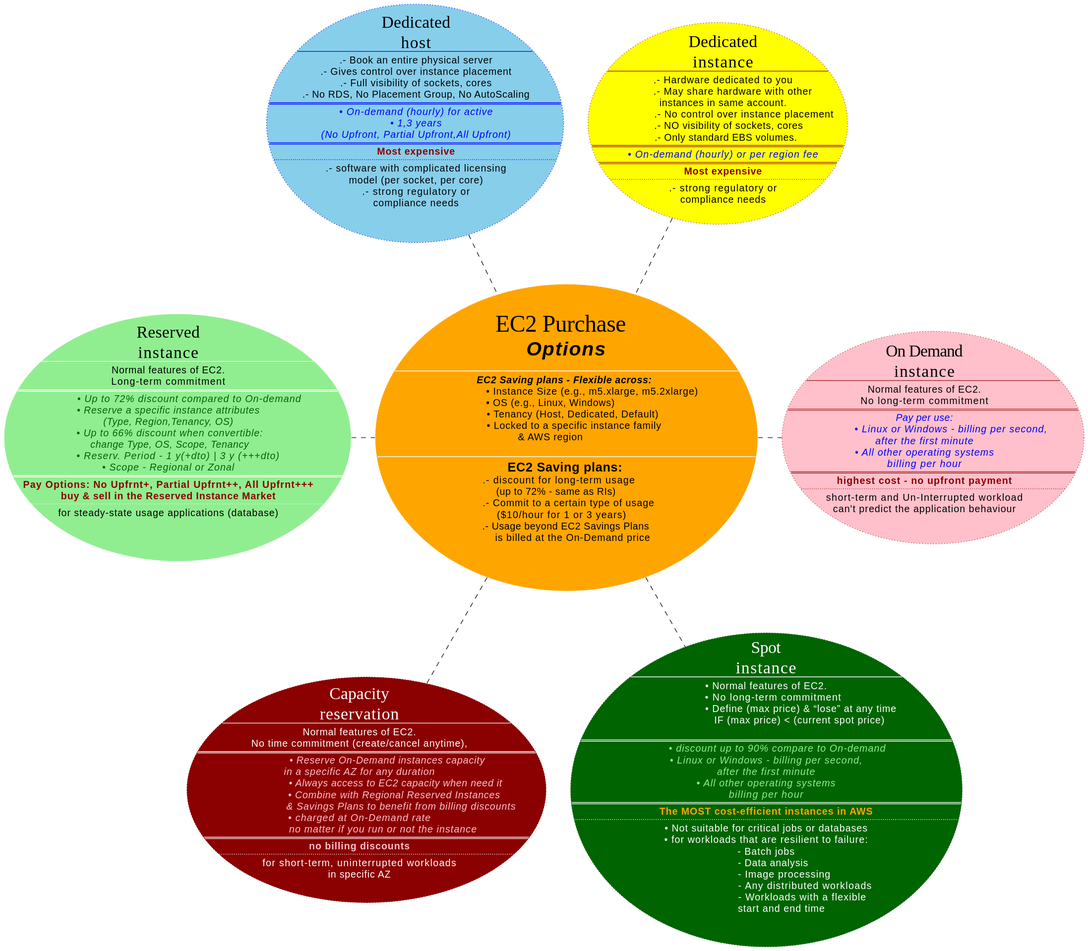
Earlier version of the PlantUML export assets/uml/003-ec2/ec2-purchase-options.svg (avall/AWS-SAA-C03).
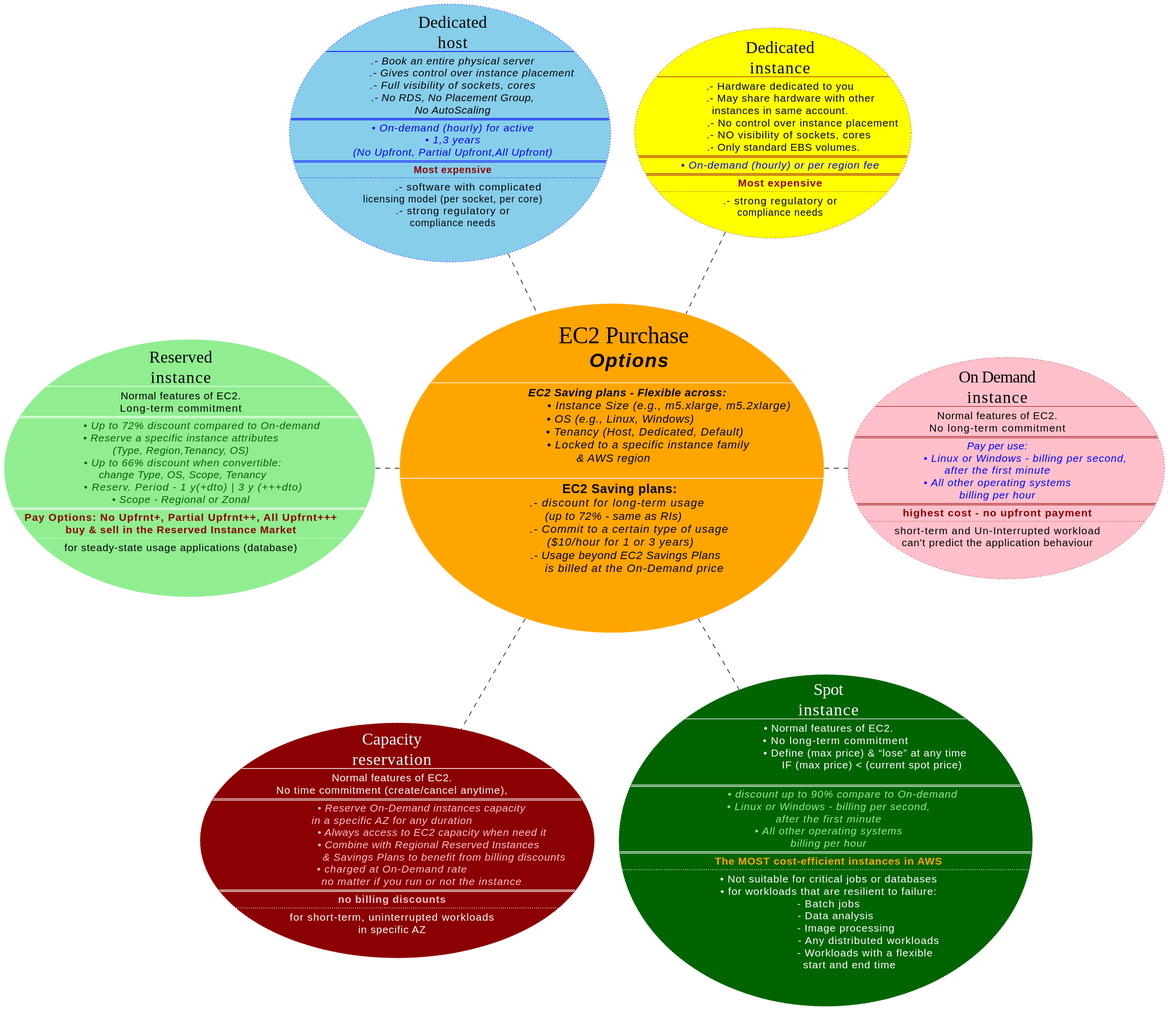
Later version of the same file.

Commit message:
- EC2 purchase options

The edit, as a diff of the source:
```diff
@@ -4,21 +4,21 @@
   <i><size:28><b>     Options</b></size></i>
 
   ----
-  <b><i><size:14>        EC2 Saving plans - Flexible across:
-                                • Instance Size (e.g., m5.xlarge, m5.2xlarge)
-  • OS (e.g., Linux, Windows)
-                  • Tenancy (Host, Dedicated, Default)
-                   • Locked to a specific instance family
-& AWS region
+  <b><i><size:16>        EC2 Saving plans - Flexible across:
+<i><size:16>                                • Instance Size (e.g., m5.xlarge, m5.2xlarge)
+<i><size:16>    • OS (e.g., Linux, Windows)
+<i><size:16>                  • Tenancy (Host, Dedicated, Default)
+<i><size:16>                    • Locked to a specific instance family
+<i><size:16>& AWS region
 
   ----
-  <b><size:18>       EC2 Saving plans:
-        .- discount for long-term usage
-      (up to 72% - same as RIs)
-               .- Commit to a certain type of usage
-          ($10/hour for 1 or 3 years)
-             .- Usage beyond EC2 Savings Plans
-                  is billed at the On-Demand price
+<b><size:18>   EC2 Saving plans:
+<i><size:16>  .- discount for long-term usage
+<i><size:16>(up to 72% - same as RIs)
+<i><size:16>         .- Commit to a certain type of usage
+<i><size:16>    ($10/hour for 1 or 3 years)
+<i><size:16>       .- Usage beyond EC2 Savings Plans
+<i><size:16>            is billed at the On-Demand price
 \n
 ]
 
@@ -26,20 +26,21 @@
  <font:impact><size:24>Dedicated</size></font>
  <font:impact><size:24>host</size></font>
 ----
-.- Book an entire physical server
-.- Gives control over instance placement
-.- Full visibility of sockets, cores
-.- No RDS, No Placement Group, No AutoScaling
+<i><size:15>.- Book an entire physical server
+<i><size:15>           .- Gives control over instance placement
+<i><size:15>.- Full visibility of sockets, cores
+<i><size:15>.- No RDS, No Placement Group,
+<i><size:15>No AutoScaling
 ====
-<i><color:blue>• On-demand (hourly) for active</color></i>
-<i><color:blue>• 1,3 years</color></i>
-<i><color:blue>(No Upfront, Partial Upfront,All Upfront)</color></i>
+<i><size:15><color:blue>• On-demand (hourly) for active</color></i>
+<i><size:15><color:blue>• 1,3 years</color></i>
+<i><size:15><color:blue>(No Upfront, Partial Upfront,All Upfront)</color></i>
 ====
 <b><color:darkred>Most expensive</color></b>
 ....
-.- software with complicated licensing
-model (per socket, per core)
-.- strong regulatory or
+<size:15>          .- software with complicated
+licensing model (per socket, per core)
+<size:15>.- strong regulatory or
 compliance needs
 ]
 
@@ -47,18 +48,18 @@
  <font:impact><size:24>Dedicated</size></font>
  <font:impact><size:24>instance</size></font>
 ----
-.- Hardware dedicated to you
-        .- May share hardware with other
-instances in same account.
-                .- No control over instance placement
-     .- NO visibility of sockets, cores
-   .- Only standard EBS volumes.
+<size:15>.- Hardware dedicated to you
+<size:15>      .- May share hardware with other
+<size:15>instances in same account.
+<size:15>             .- No control over instance placement
+<size:15>     .- NO visibility of sockets, cores
+<size:15>  .- Only standard EBS volumes.
 ====
-<i><color:blue>• On-demand (hourly) or per region fee</color></i>
+<i><size:15><color:blue>• On-demand (hourly) or per region fee</color></i>
 ====
-<b><color:darkred>Most expensive</color></b>
+<b><size:15><color:darkred>Most expensive</color></b>
 ....
-.- strong regulatory or
+<size:15>.- strong regulatory or
 compliance needs
 ]
 
@@ -66,19 +67,19 @@
  <font:impact><size:24>On Demand</size></font>
  <font:impact><size:24>instance</size></font>
 ----
-Normal features of EC2.
-No long-term commitment
+<size:15>Normal features of EC2.
+<size:15>No long-term commitment
 ====
-<i><color:blue>Pay per use:
-<i><color:blue>                   • Linux or Windows - billing per second,
-<i><color:blue>after the first minute
-<i><color:blue>• All other operating systems
-<i><color:blue>billing per hour
+<i><size:15><color:blue>Pay per use:
+<i><size:15><color:blue>                • Linux or Windows - billing per second,
+<i><size:15><color:blue>after the first minute
+<i><size:15><color:blue>• All other operating systems
+<i><size:15><color:blue>billing per hour
 ====
-<b><color:darkred>highest cost - no upfront payment
+<b><size:15><color:darkred>highest cost - no upfront payment
 ....
-short-term and Un-Interrupted workload
-can't predict the application behaviour
+<size:15>short-term and Un-Interrupted workload
+<size:15>can't predict the application behaviour
 ]
 
 
@@ -86,21 +87,21 @@
  <font:impact><size:24>Capacity</size></font>
  <font:impact><size:24>reservation</size></font>
 ----
-Normal features of EC2.
-No time commitment (create/cancel anytime),
+<size:15>Normal features of EC2.
+<size:15>No time commitment (create/cancel anytime),
 ====
-<i><color:pink>                    • Reserve On-Demand instances capacity
- <i><color:pink>in a specific AZ for any duration
-<i><color:pink>                          • Always access to EC2 capacity when need it
-<i><color:pink>                         • Combine with Regional Reserved Instances
-<i><color:pink>                              & Savings Plans to benefit from billing discounts
-<i><color:pink>• charged at On-Demand rate
- <i><color:pink>                 no matter if you run or not the instance
+<i><size:15><color:pink>                 • Reserve On-Demand instances capacity
+<i><size:15><color:pink>in a specific AZ for any duration
+<i><size:15><color:pink>                       • Always access to EC2 capacity when need it
+<i><size:15><color:pink>                     • Combine with Regional Reserved Instances
+<i><size:15><color:pink>                              & Savings Plans to benefit from billing discounts
+<i><size:15><color:pink>• charged at On-Demand rate
+<i><size:15><color:pink>                 no matter if you run or not the instance
 ====
-<b><color:pink>no billing discounts
+<b><size:15><color:pink>no billing discounts
 ....
-for short-term, uninterrupted workloads
-in specific AZ
+<size:15>for short-term, uninterrupted workloads
+<size:15>in specific AZ
 ]
 
 
@@ -109,28 +110,28 @@
  <font:impact><size:24>Spot</size></font>
  <font:impact><size:24>instance</size></font>
 ----
-• Normal features of EC2.
-      • No long-term commitment
-                          • Define (max price) & “lose” at any time
-                         IF (max price) < (current spot price)
+<size:15>• Normal features of EC2.
+<size:15>    • No long-term commitment
+<size:15>                     • Define (max price) & “lose” at any time
+<size:15>                         IF (max price) < (current spot price)
 
 ====
-<i><color:lightgreen>        • discount up to 90% compare to On-demand
-<i><color:lightgreen>• Linux or Windows - billing per second,
-<i><color:lightgreen>after the first minute
-<i><color:lightgreen>• All other operating systems
-<i><color:lightgreen>billing per hour
+<i><size:15><color:lightgreen>        • discount up to 90% compare to On-demand
+<i><size:15><color:lightgreen>• Linux or Windows - billing per second,
+<i><size:15><color:lightgreen>after the first minute
+<i><size:15><color:lightgreen>• All other operating systems
+<i><size:15><color:lightgreen>billing per hour
 ====
-<b><color:orange>The MOST cost-efficient instances in AWS
+<b><size:15><color:orange>The MOST cost-efficient instances in AWS
 ....
-• Not suitable for critical jobs or databases
-• for workloads that are resilient to failure:
-- Batch jobs
-      - Data analysis
-              - Image processing
-                             - Any distributed workloads
-                           - Workloads with a flexible
-            start and end time
+<size:15>• Not suitable for critical jobs or databases
+<size:15>• for workloads that are resilient to failure:
+<size:15>- Batch jobs
+<size:15>    - Data analysis
+<size:15>          - Image processing
+<size:15>                       - Any distributed workloads
+<size:15>                     - Workloads with a flexible
+<size:15>            start and end time
 ]
 
 
@@ -140,21 +141,21 @@
  <font:impact><size:24>Reserved</size></font>
  <font:impact><size:24>instance</size></font>
 ----
-Normal features of EC2.
-Long-term commitment
+<size:15>Normal features of EC2.
+<size:15>Long-term commitment
 ====
-<i><color:darkgreen>               • Up to 72% discount compared to On-demand
-<i><color:darkgreen>• Reserve a specific instance attributes
-<i><color:darkgreen>(Type, Region,Tenancy, OS)
-<i><color:darkgreen> • Up to 66% discount when convertible:
-<i><color:darkgreen> change Type, OS, Scope, Tenancy
-<i><color:darkgreen>       • Reserv. Period - 1 y(+dto) | 3 y (+++dto)
-<i><color:darkgreen>• Scope - Regional or Zonal
+<i><size:15><color:darkgreen>            • Up to 72% discount compared to On-demand
+<i><size:15><color:darkgreen>• Reserve a specific instance attributes
+<i><size:15><color:darkgreen>(Type, Region,Tenancy, OS)
+<i><size:15><color:darkgreen> • Up to 66% discount when convertible:
+<i><size:15><color:darkgreen> change Type, OS, Scope, Tenancy
+<i><size:15><color:darkgreen>       • Reserv. Period - 1 y(+dto) | 3 y (+++dto)
+<i><size:15><color:darkgreen>• Scope - Regional or Zonal
 ====
-<b><color:darkred>Pay Options: No Upfrnt+, Partial Upfrnt++, All Upfrnt+++
-<b><color:darkred>buy & sell in the Reserved Instance Market
+<b><size:15><color:darkred>Pay Options: No Upfrnt+, Partial Upfrnt++, All Upfrnt+++
+<b><size:15><color:darkred>buy & sell in the Reserved Instance Market
 ....
-for steady-state usage applications (database)
+<size:15>for steady-state usage applications (database)
 
 ]
 
```
